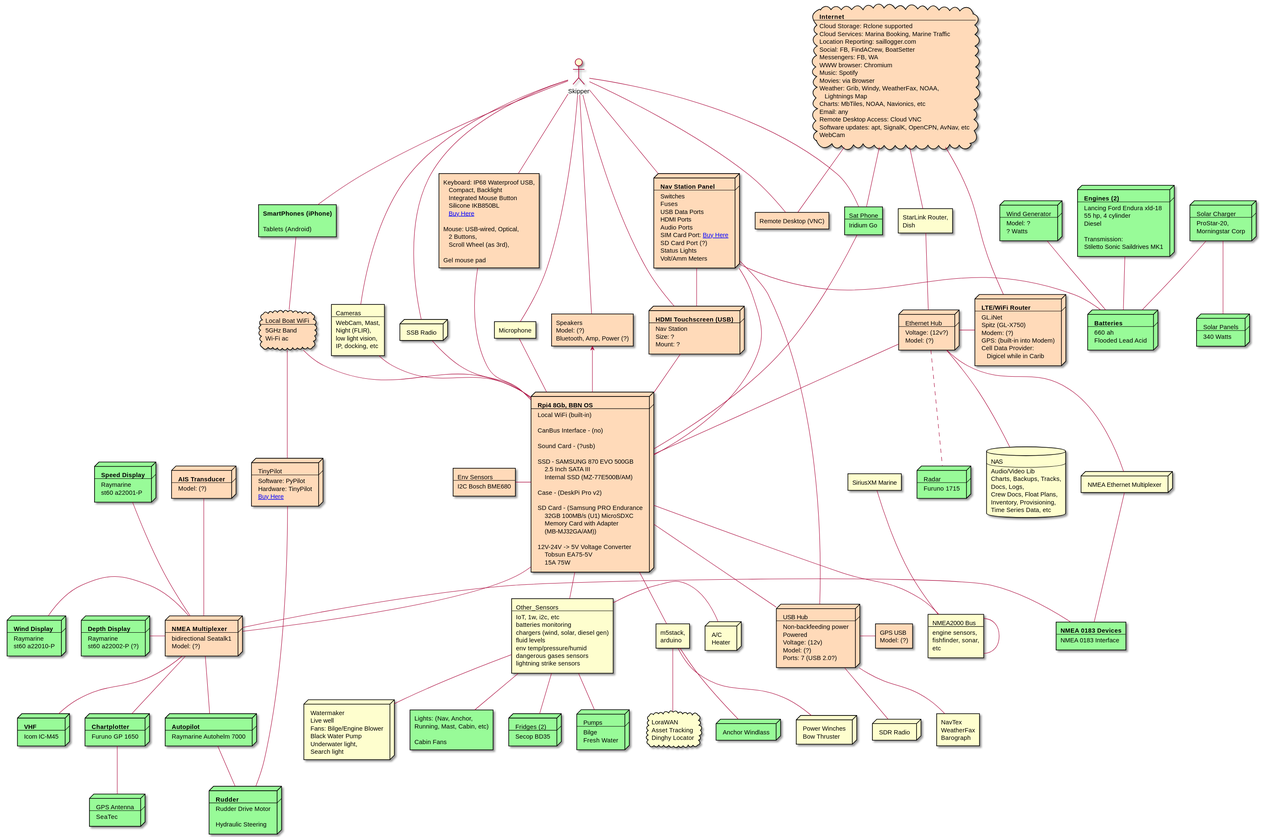
This is docs/images/alcazar-system-arch.svg from SY-Alcazar/SY-Alcazar, a PlantUML export, as it was before one commit.
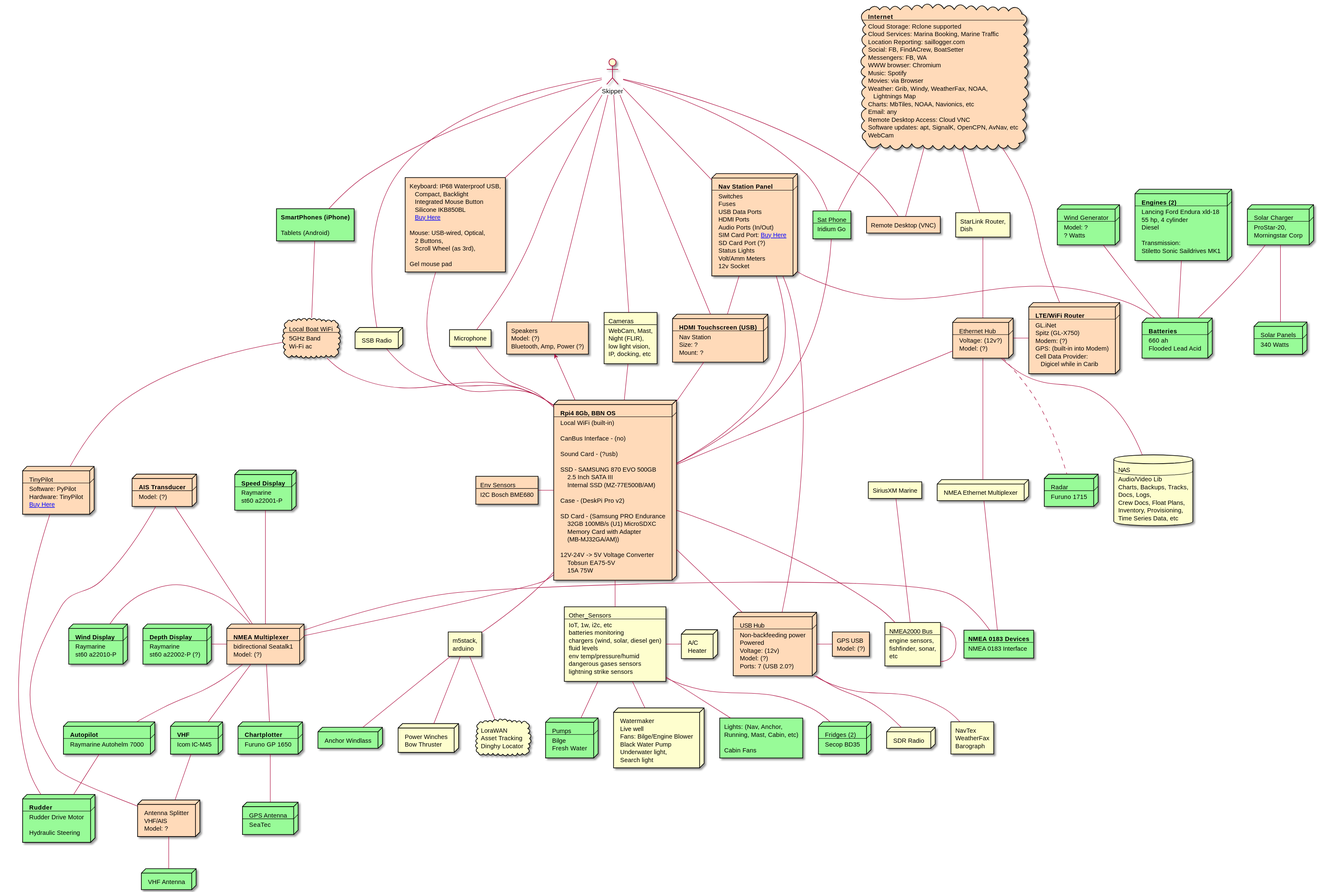
The same file after the commit.

Commit message:
alcazar system arch

Change to the diagram source:
```diff
@@ -11,11 +11,12 @@
  Fuses
  USB Data Ports
  HDMI Ports
- Audio Ports
+ Audio Ports (In/Out)
  SIM Card Port: [[https://www.data-alliance.net/cable-gland-for-fiber-usb-sim-terminal-block-waterproof-ip67-feed-thru/ Buy Here]]
  SD Card Port (?)
  Status Lights
  Volt/Amm Meters
+ 12v Socket
 ]
 
 node RPI #peachpuff [
@@ -333,6 +334,12 @@
  Bow Thruster
 ]
 
+node Splitter #peachpuff [
+ Antenna Splitter
+ VHF/AIS
+ Model: ?
+]
+
 cloud Cloud_Internet #peachpuff [
  <b>Internet
  ----
@@ -389,6 +396,9 @@
  Stiletto Sonic Saildrives MK1
 ]
 
+node Antenna_VHF #palegreen [
+  VHF Antenna
+]
 
 node Solar_Pan #palegreen [
   Solar Panels
@@ -485,5 +495,9 @@
 Wind_Gen -- Batteries
 Engines -- Batteries
 
+VHF -- Splitter
+AIS -- Splitter
+
+Splitter -- Antenna_VHF
 
 @enduml
```
